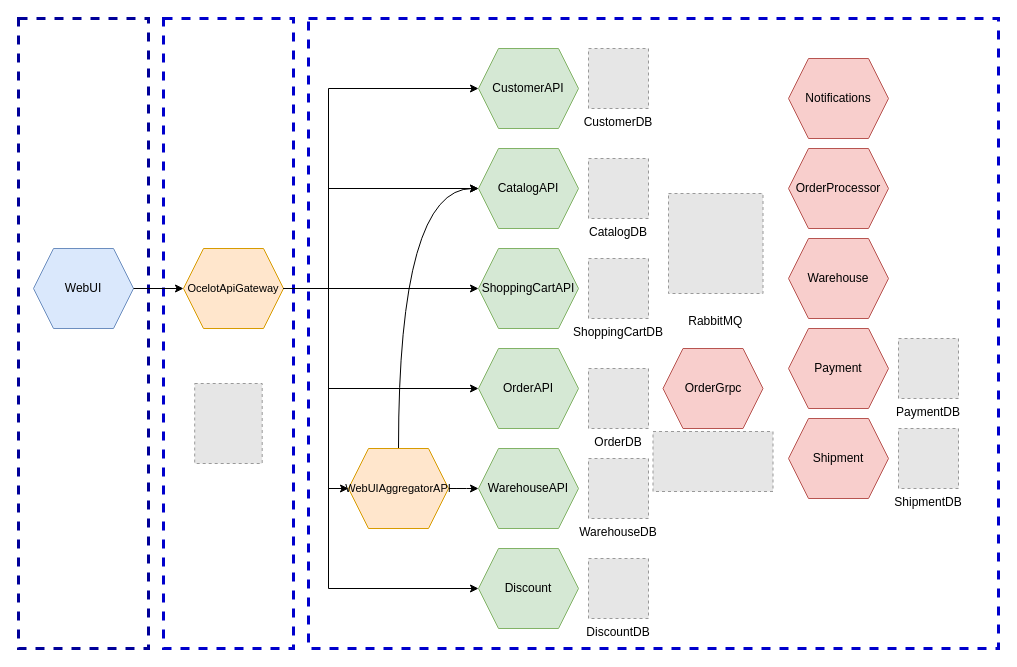
The draw.io diagram page "architecture" (2 of 13) of docs/DotNetRabbitMQIntegration.drawio in ivanenkomaksym/dotnet-messagebroker-demo, before the edit. Source tidied: cells renumbered, new cells numbered last; positions are measured from the earlier drawing's top-left corner, leaving out a move shared by most shapes. Both pictures are drawn from the tidied source at 100%, with x=0, y=0 at pixel (18, 18). Pictures stored in the file or linked from it are replaced by grey dashed boxes.
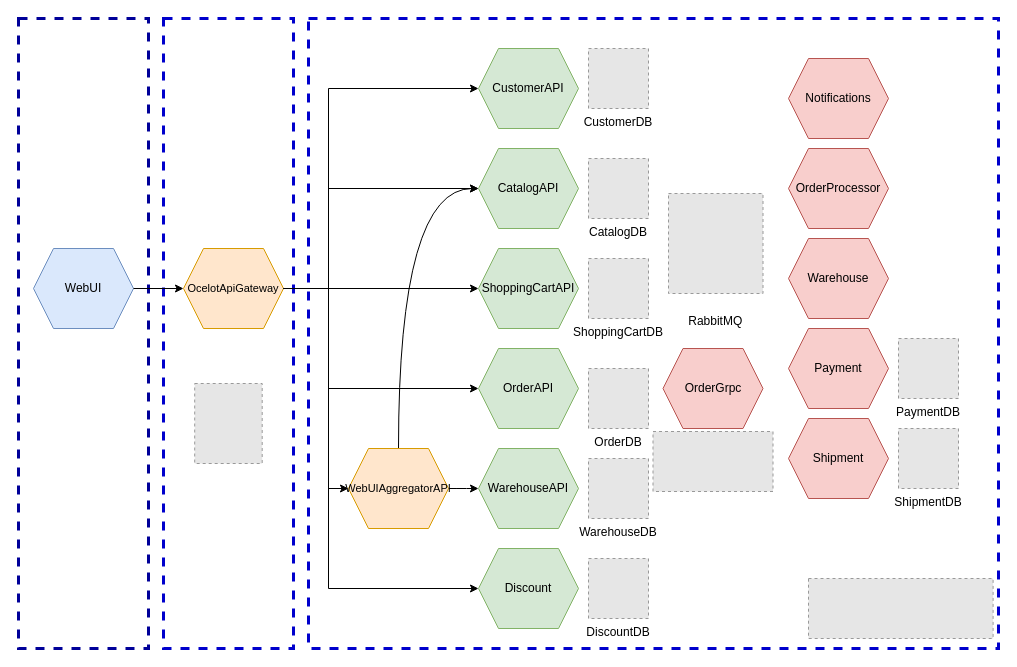
Above is the later version.

Commit message (it also covers changes not shown here):
Update docs. Add description for Rust rorderapi and Jaeger. Update architecture diagram to include Jaeger. Describe Rust implementation of OrderAPI.

Change to the diagram source:
```diff
@@
+    <mxCell id="40" style="fillColor=#E6E6E6;strokeColor=#999999;dashed=1;verticalLabelPosition=bottom;labelBackgroundColor=#ffffff;verticalAlign=top;" parent="1" vertex="1">
+      <mxGeometry x="790" y="560" width="184.6" height="60" as="geometry" />
+    </mxCell>
```
